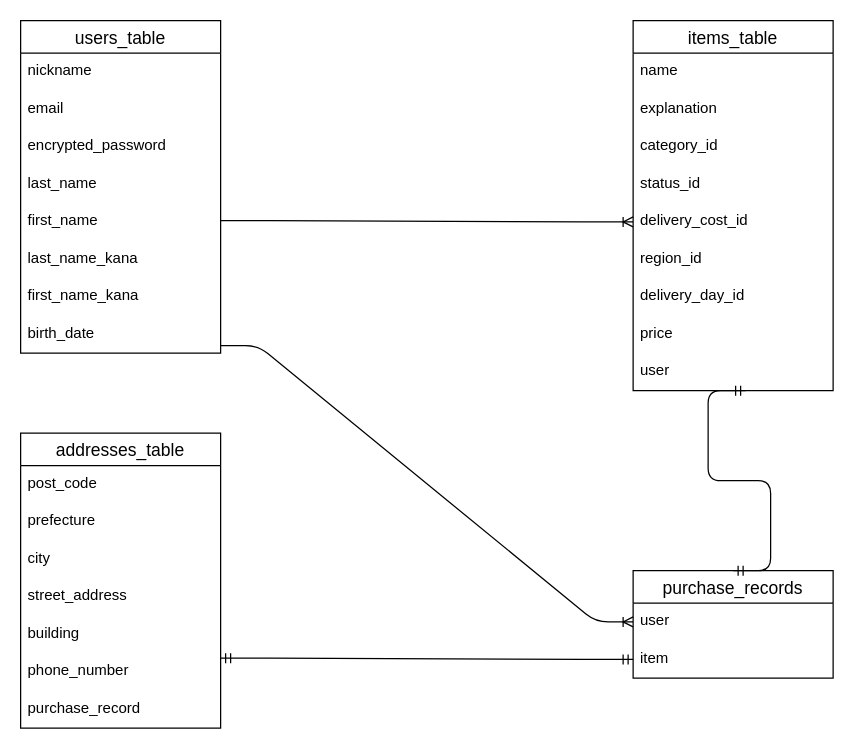
The draw.io diagram test.dio in Yuichi-Nozawa/furima-40094, before the edit. Source tidied: cells renumbered, new cells numbered last; positions are measured from the earlier drawing's top-left corner, leaving out a move shared by most shapes. Both pictures are drawn from the tidied source at 125%, with x=0, y=0 at pixel (20, 20).
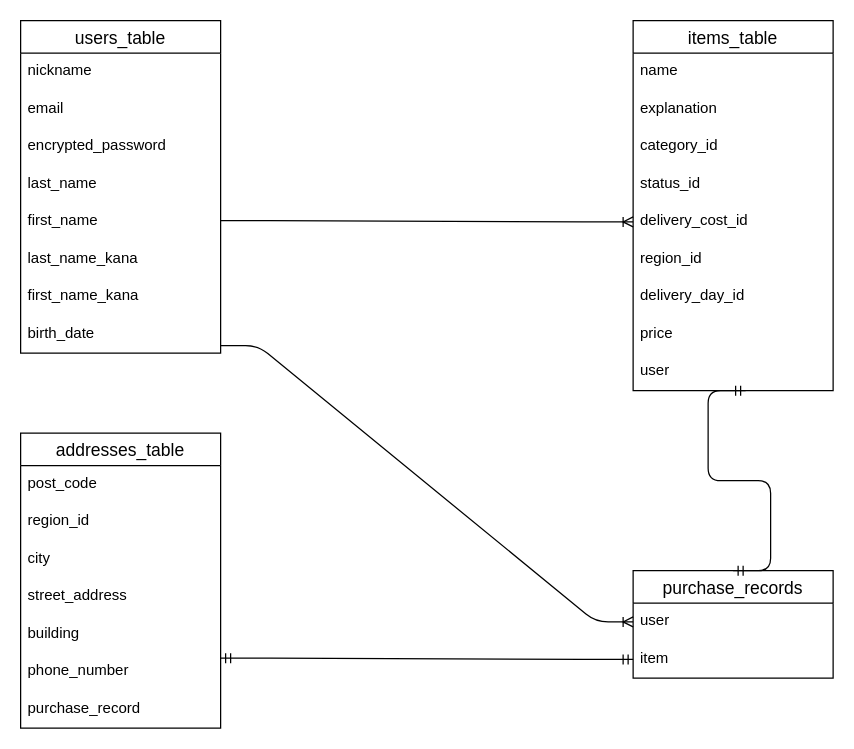
After the change.

Commit message (it also covers changes not shown here):
データベース設計03

Unchanged cells that the change refers to:
```xml
<mxCell id="21" value="addresses_table" style="swimlane;fontStyle=0;horizontal=1;startSize=26;align=center;fontSize=14;" parent="1" vertex="1">
  <mxGeometry y="330" width="160" height="236" as="geometry" />
</mxCell>
```

What changed in the source:
```diff
@@
-    <mxCell id="23" value="prefecture" style="text;strokeColor=none;fillColor=none;spacingLeft=4;spacingRight=4;overflow=hidden;fontSize=12;" parent="21" vertex="1">
+    <mxCell id="23" value="region_id" style="text;strokeColor=none;fillColor=none;spacingLeft=4;spacingRight=4;overflow=hidden;fontSize=12;" parent="21" vertex="1">
       <mxGeometry y="56" width="160" height="30" as="geometry" />
     </mxCell>
```
